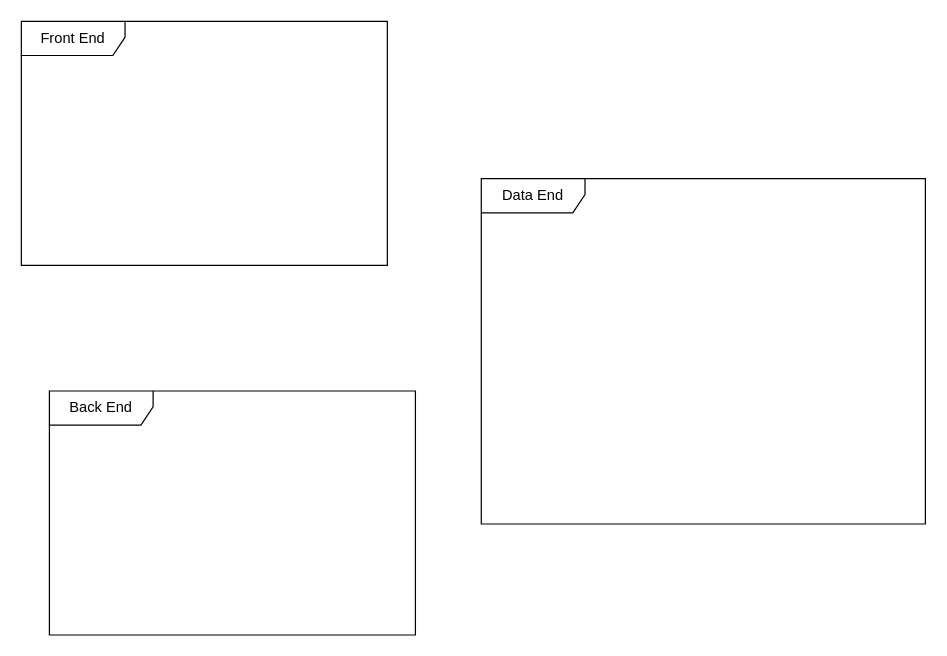
Above: EliorWork/Milestone_4/Package_Module_View.drawio in SENG-350-2024-fall/Team9 (draw.io), before the change. Source tidied: cells renumbered, new cells numbered last; positions are measured from the earlier drawing's top-left corner, leaving out a move shared by most shapes. Both pictures are drawn from the tidied source at 122%, with x=0, y=0 at pixel (21, 21).
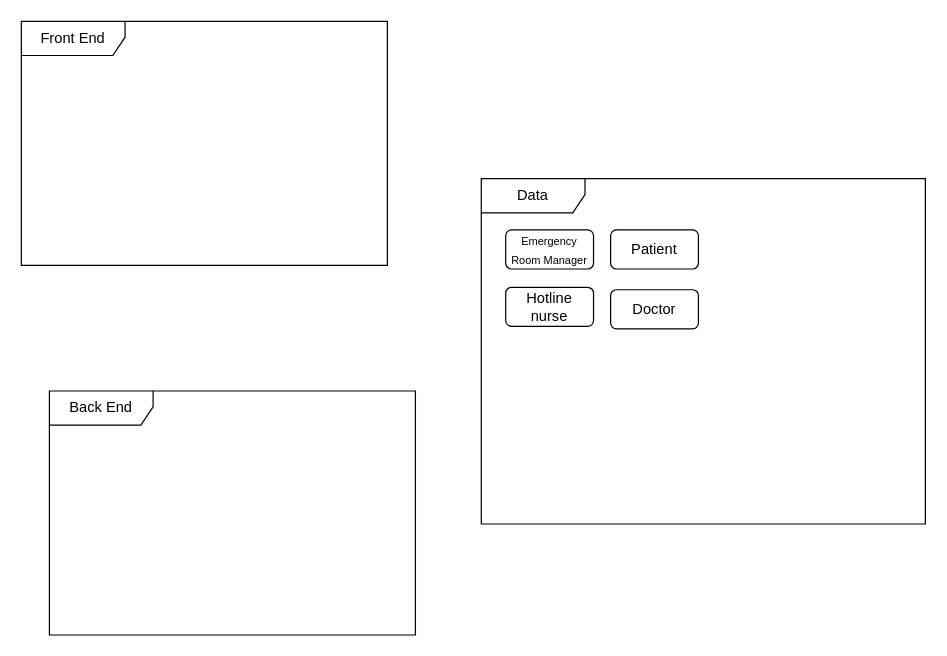
After the change.

Change to the diagram source:
```diff
@@
 <mxGraphModel>
   <root>
     <mxCell id="0" />
     <mxCell id="1" parent="0" />
     <mxCell id="2" value="Front End" style="shape=umlFrame;whiteSpace=wrap;html=1;width=85;height=28;" parent="1" vertex="1">
       <mxGeometry width="300" height="200" as="geometry" />
     </mxCell>
     <mxCell id="3" value="Back End" style="shape=umlFrame;whiteSpace=wrap;html=1;width=85;height=28;" parent="1" vertex="1">
       <mxGeometry x="23" y="303" width="300" height="200" as="geometry" />
     </mxCell>
-    <mxCell id="4" value="Data End" style="shape=umlFrame;whiteSpace=wrap;html=1;width=85;height=28;" parent="1" vertex="1">
+    <mxCell id="4" value="Data" style="shape=umlFrame;whiteSpace=wrap;html=1;width=85;height=28;" parent="1" vertex="1">
       <mxGeometry x="377" y="129" width="364" height="283" as="geometry" />
     </mxCell>
+    <mxCell id="5" value="Patient" style="rounded=1;whiteSpace=wrap;html=1;" parent="1" vertex="1">
+      <mxGeometry x="483" y="171" width="72" height="32" as="geometry" />
+    </mxCell>
+    <mxCell id="6" value="&lt;font style=&quot;font-size: 9px;&quot;&gt;Emergency Room Manager&lt;/font&gt;" style="rounded=1;whiteSpace=wrap;html=1;" parent="1" vertex="1">
+      <mxGeometry x="397" y="171" width="72" height="32" as="geometry" />
+    </mxCell>
+    <mxCell id="7" value="Hotline nurse" style="rounded=1;whiteSpace=wrap;html=1;" parent="1" vertex="1">
+      <mxGeometry x="397" y="218" width="72" height="32" as="geometry" />
+    </mxCell>
+    <mxCell id="8" value="Doctor" style="rounded=1;whiteSpace=wrap;html=1;" parent="1" vertex="1">
+      <mxGeometry x="483" y="220" width="72" height="32" as="geometry" />
+    </mxCell>
   </root>
 </mxGraphModel>
```
